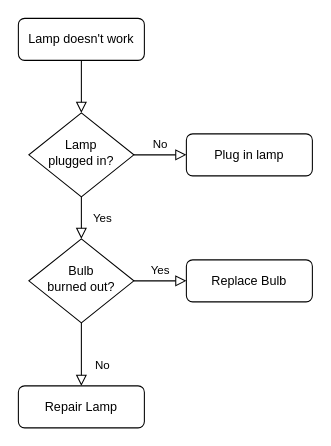
hyunseungbin/python keeps this draw.io diagram as azure/제목 없는 다이어그램.drawio. Above is the earlier version. Source tidied: cells renumbered, new cells numbered last; positions are measured from the earlier drawing's top-left corner, leaving out a move shared by most shapes. Both pictures are drawn from the tidied source at 105%, with x=0, y=0 at pixel (18, 18).
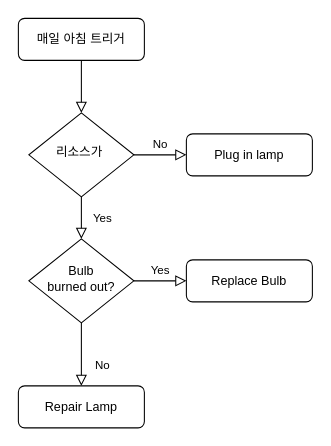
The same diagram, later.

Commit message:
고객사일일점검.drawio

Change to the diagram source:
```diff
@@
 <mxGraphModel>
   <root>
     <mxCell id="0" />
     <mxCell id="1" parent="0" />
     <mxCell id="2" style="rounded=0;html=1;jettySize=auto;fontSize=11;endArrow=block;endFill=0;endSize=8;strokeWidth=1;shadow=0;labelBackgroundColor=none;edgeStyle=orthogonalEdgeStyle;" parent="1" edge="1" source="3" target="6">
       <mxGeometry relative="1" as="geometry" />
     </mxCell>
-    <mxCell id="3" value="Lamp doesn't work" style="rounded=1;whiteSpace=wrap;html=1;fontSize=12;glass=0;strokeWidth=1;shadow=0;" parent="1" vertex="1">
+    <mxCell id="3" value="매일 아침 트리거&lt;br&gt;" style="rounded=1;whiteSpace=wrap;html=1;fontSize=12;glass=0;strokeWidth=1;shadow=0;" parent="1" vertex="1">
       <mxGeometry width="120" height="40" as="geometry" />
     </mxCell>
     <mxCell id="4" value="Yes" style="rounded=0;html=1;jettySize=auto;fontSize=11;endArrow=block;endFill=0;endSize=8;strokeWidth=1;shadow=0;labelBackgroundColor=none;edgeStyle=orthogonalEdgeStyle;" parent="1" edge="1" source="6" target="10">
       <mxGeometry y="20" relative="1" as="geometry" />
     </mxCell>
     <mxCell id="5" value="No" style="edgeStyle=orthogonalEdgeStyle;rounded=0;html=1;jettySize=auto;fontSize=11;endArrow=block;endFill=0;endSize=8;strokeWidth=1;shadow=0;labelBackgroundColor=none;" parent="1" edge="1" source="6" target="7">
       <mxGeometry y="10" relative="1" as="geometry" />
     </mxCell>
-    <mxCell id="6" value="Lamp&lt;br&gt;plugged in?" style="rhombus;whiteSpace=wrap;html=1;shadow=0;fontFamily=Helvetica;fontSize=12;align=center;strokeWidth=1;spacing=6;spacingTop=-4;" parent="1" vertex="1">
+    <mxCell id="6" value="리소스가&amp;nbsp;" style="rhombus;whiteSpace=wrap;html=1;shadow=0;fontFamily=Helvetica;fontSize=12;align=center;strokeWidth=1;spacing=6;spacingTop=-4;" parent="1" vertex="1">
       <mxGeometry x="10" y="90" width="100" height="80" as="geometry" />
     </mxCell>
     <mxCell id="7" value="Plug in lamp" style="rounded=1;whiteSpace=wrap;html=1;fontSize=12;glass=0;strokeWidth=1;shadow=0;" parent="1" vertex="1">
       <mxGeometry x="160" y="110" width="120" height="40" as="geometry" />
     </mxCell>
     <mxCell id="8" value="No" style="rounded=0;html=1;jettySize=auto;fontSize=11;endArrow=block;endFill=0;endSize=8;strokeWidth=1;shadow=0;labelBackgroundColor=none;edgeStyle=orthogonalEdgeStyle;" parent="1" edge="1" source="10" target="11">
       <mxGeometry x="0.33" y="20" relative="1" as="geometry" />
     </mxCell>
     <mxCell id="9" value="Yes" style="edgeStyle=orthogonalEdgeStyle;rounded=0;html=1;jettySize=auto;fontSize=11;endArrow=block;endFill=0;endSize=8;strokeWidth=1;shadow=0;labelBackgroundColor=none;" parent="1" edge="1" source="10" target="12">
       <mxGeometry y="10" relative="1" as="geometry" />
     </mxCell>
     <mxCell id="10" value="Bulb&lt;br&gt;burned out?" style="rhombus;whiteSpace=wrap;html=1;shadow=0;fontFamily=Helvetica;fontSize=12;align=center;strokeWidth=1;spacing=6;spacingTop=-4;" parent="1" vertex="1">
       <mxGeometry x="10" y="210" width="100" height="80" as="geometry" />
     </mxCell>
     <mxCell id="11" value="Repair Lamp" style="rounded=1;whiteSpace=wrap;html=1;fontSize=12;glass=0;strokeWidth=1;shadow=0;" parent="1" vertex="1">
       <mxGeometry y="350" width="120" height="40" as="geometry" />
     </mxCell>
     <mxCell id="12" value="Replace Bulb" style="rounded=1;whiteSpace=wrap;html=1;fontSize=12;glass=0;strokeWidth=1;shadow=0;" parent="1" vertex="1">
       <mxGeometry x="160" y="230" width="120" height="40" as="geometry" />
     </mxCell>
   </root>
 </mxGraphModel>
```
